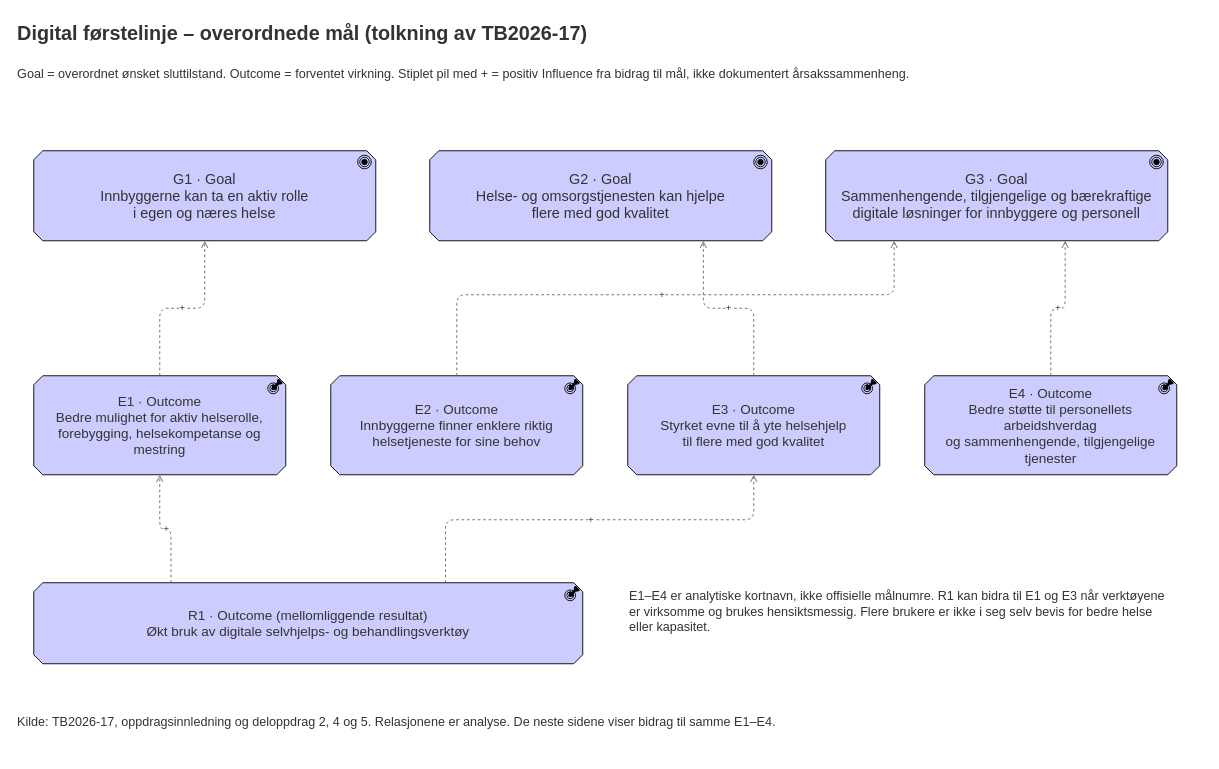
hdir/Digital-Forstelinje keeps this draw.io diagram as page "DF-overordnet" (3 of 6) of docs/interessent/malbilde-analyse.drawio. Above is the earlier version. Source tidied: cells renumbered, new cells numbered last; positions are measured from the earlier drawing's top-left corner, leaving out a move shared by most shapes. Both pictures are drawn from the tidied source at 90%, with x=0, y=0 at pixel (15, 15).
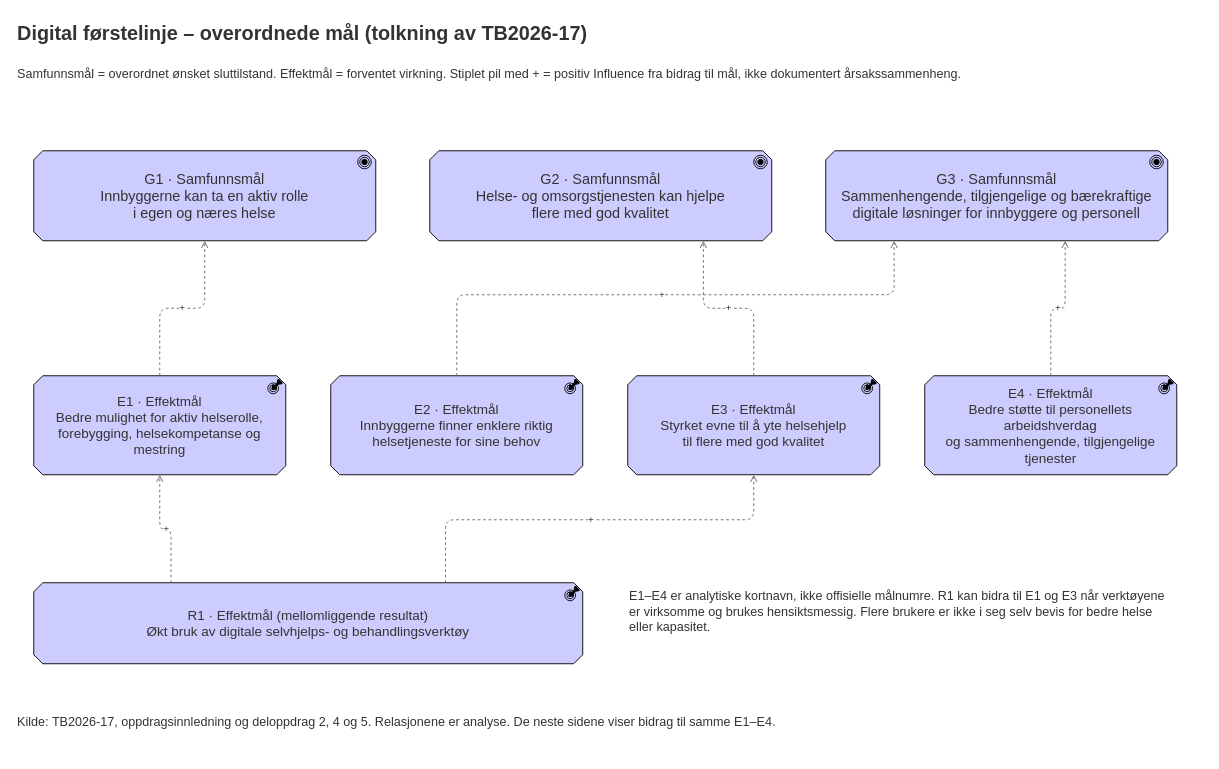
Above is the later version.

Change to the diagram source:
```diff
@@
-    <mxCell id="3" value="Goal = overordnet ønsket sluttilstand. Outcome = forventet virkning. Stiplet pil med + = positiv Influence fra bidrag til mål, ikke dokumentert årsakssammenheng." style="text;html=1;whiteSpace=wrap;align=left;fontSize=14;fontColor=#333333;" parent="1" vertex="1">
+    <mxCell id="3" value="Samfunnsmål = overordnet ønsket sluttilstand. Effektmål = forventet virkning. Stiplet pil med + = positiv Influence fra bidrag til mål, ikke dokumentert årsakssammenheng." style="text;html=1;whiteSpace=wrap;align=left;fontSize=14;fontColor=#333333;" parent="1" vertex="1">
       <mxGeometry y="50" width="1320" height="50" as="geometry" />
     </mxCell>
-    <mxCell id="4" value="G1 · Goal&lt;br&gt;Innbyggerne kan ta en aktiv rolle&lt;br&gt;i egen og næres helse" style="html=1;whiteSpace=wrap;shape=mxgraph.archimate3.application;appType=goal;archiType=oct;fillColor=#CCCCFF;fontColor=#333333;fontSize=16;" parent="1" vertex="1">
+    <mxCell id="4" value="G1 · Samfunnsmål&lt;br&gt;Innbyggerne kan ta en aktiv rolle&lt;br&gt;i egen og næres helse" style="html=1;whiteSpace=wrap;shape=mxgraph.archimate3.application;appType=goal;archiType=oct;fillColor=#CCCCFF;fontColor=#333333;fontSize=16;" parent="1" vertex="1">
       <mxGeometry x="20" y="150" width="380" height="100" as="geometry" />
     </mxCell>
-    <mxCell id="5" value="G2 · Goal&lt;br&gt;Helse- og omsorgstjenesten kan hjelpe&lt;br&gt;flere med god kvalitet" style="html=1;whiteSpace=wrap;shape=mxgraph.archimate3.application;appType=goal;archiType=oct;fillColor=#CCCCFF;fontColor=#333333;fontSize=16;" parent="1" vertex="1">
+    <mxCell id="5" value="G2 · Samfunnsmål&lt;br&gt;Helse- og omsorgstjenesten kan hjelpe&lt;br&gt;flere med god kvalitet" style="html=1;whiteSpace=wrap;shape=mxgraph.archimate3.application;appType=goal;archiType=oct;fillColor=#CCCCFF;fontColor=#333333;fontSize=16;" parent="1" vertex="1">
       <mxGeometry x="460" y="150" width="380" height="100" as="geometry" />
     </mxCell>
-    <mxCell id="6" value="G3 · Goal&lt;br&gt;Sammenhengende, tilgjengelige og bærekraftige&lt;br&gt;digitale løsninger for innbyggere og personell" style="html=1;whiteSpace=wrap;shape=mxgraph.archimate3.application;appType=goal;archiType=oct;fillColor=#CCCCFF;fontColor=#333333;fontSize=16;" parent="1" vertex="1">
+    <mxCell id="6" value="G3 · Samfunnsmål&lt;br&gt;Sammenhengende, tilgjengelige og bærekraftige&lt;br&gt;digitale løsninger for innbyggere og personell" style="html=1;whiteSpace=wrap;shape=mxgraph.archimate3.application;appType=goal;archiType=oct;fillColor=#CCCCFF;fontColor=#333333;fontSize=16;" parent="1" vertex="1">
       <mxGeometry x="900" y="150" width="380" height="100" as="geometry" />
     </mxCell>
-    <mxCell id="7" value="E1 · Outcome&lt;br&gt;Bedre mulighet for aktiv helserolle,&lt;br&gt;forebygging, helsekompetanse og mestring" style="html=1;whiteSpace=wrap;shape=mxgraph.archimate3.application;appType=outcome;archiType=oct;fillColor=#CCCCFF;fontColor=#333333;fontSize=15;" parent="1" vertex="1">
+    <mxCell id="7" value="E1 · Effektmål&lt;br&gt;Bedre mulighet for aktiv helserolle,&lt;br&gt;forebygging, helsekompetanse og mestring" style="html=1;whiteSpace=wrap;shape=mxgraph.archimate3.application;appType=outcome;archiType=oct;fillColor=#CCCCFF;fontColor=#333333;fontSize=15;" parent="1" vertex="1">
       <mxGeometry x="20" y="400" width="280" height="110" as="geometry" />
     </mxCell>
-    <mxCell id="8" value="E2 · Outcome&lt;br&gt;Innbyggerne finner enklere riktig&lt;br&gt;helsetjeneste for sine behov" style="html=1;whiteSpace=wrap;shape=mxgraph.archimate3.application;appType=outcome;archiType=oct;fillColor=#CCCCFF;fontColor=#333333;fontSize=15;" parent="1" vertex="1">
+    <mxCell id="8" value="E2 · Effektmål&lt;br&gt;Innbyggerne finner enklere riktig&lt;br&gt;helsetjeneste for sine behov" style="html=1;whiteSpace=wrap;shape=mxgraph.archimate3.application;appType=outcome;archiType=oct;fillColor=#CCCCFF;fontColor=#333333;fontSize=15;" parent="1" vertex="1">
       <mxGeometry x="350" y="400" width="280" height="110" as="geometry" />
     </mxCell>
-    <mxCell id="9" value="E3 · Outcome&lt;br&gt;Styrket evne til å yte helsehjelp&lt;br&gt;til flere med god kvalitet" style="html=1;whiteSpace=wrap;shape=mxgraph.archimate3.application;appType=outcome;archiType=oct;fillColor=#CCCCFF;fontColor=#333333;fontSize=15;" parent="1" vertex="1">
+    <mxCell id="9" value="E3 · Effektmål&lt;br&gt;Styrket evne til å yte helsehjelp&lt;br&gt;til flere med god kvalitet" style="html=1;whiteSpace=wrap;shape=mxgraph.archimate3.application;appType=outcome;archiType=oct;fillColor=#CCCCFF;fontColor=#333333;fontSize=15;" parent="1" vertex="1">
       <mxGeometry x="680" y="400" width="280" height="110" as="geometry" />
     </mxCell>
-    <mxCell id="10" value="E4 · Outcome&lt;br&gt;Bedre støtte til personellets arbeidshverdag&lt;br&gt;og sammenhengende, tilgjengelige tjenester" style="html=1;whiteSpace=wrap;shape=mxgraph.archimate3.application;appType=outcome;archiType=oct;fillColor=#CCCCFF;fontColor=#333333;fontSize=15;" parent="1" vertex="1">
+    <mxCell id="10" value="E4 · Effektmål&lt;br&gt;Bedre støtte til personellets arbeidshverdag&lt;br&gt;og sammenhengende, tilgjengelige tjenester" style="html=1;whiteSpace=wrap;shape=mxgraph.archimate3.application;appType=outcome;archiType=oct;fillColor=#CCCCFF;fontColor=#333333;fontSize=15;" parent="1" vertex="1">
       <mxGeometry x="1010" y="400" width="280" height="110" as="geometry" />
     </mxCell>
-    <mxCell id="11" value="R1 · Outcome (mellomliggende resultat)&lt;br&gt;Økt bruk av digitale selvhjelps- og behandlingsverktøy" style="html=1;whiteSpace=wrap;shape=mxgraph.archimate3.application;appType=outcome;archiType=oct;fillColor=#CCCCFF;fontColor=#333333;fontSize=15;" parent="1" vertex="1">
+    <mxCell id="11" value="R1 · Effektmål (mellomliggende resultat)&lt;br&gt;Økt bruk av digitale selvhjelps- og behandlingsverktøy" style="html=1;whiteSpace=wrap;shape=mxgraph.archimate3.application;appType=outcome;archiType=oct;fillColor=#CCCCFF;fontColor=#333333;fontSize=15;" parent="1" vertex="1">
       <mxGeometry x="20" y="630" width="610" height="90" as="geometry" />
     </mxCell>
```
